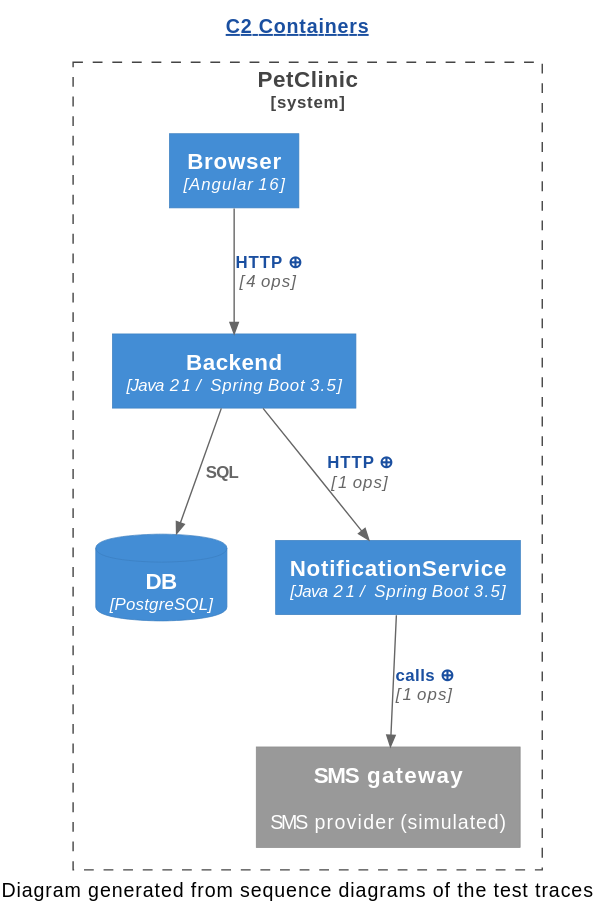
Above: demo/demo/assets/c2/C2-Containers.old.svg in Winandvdb/human-review (PlantUML), before the change.
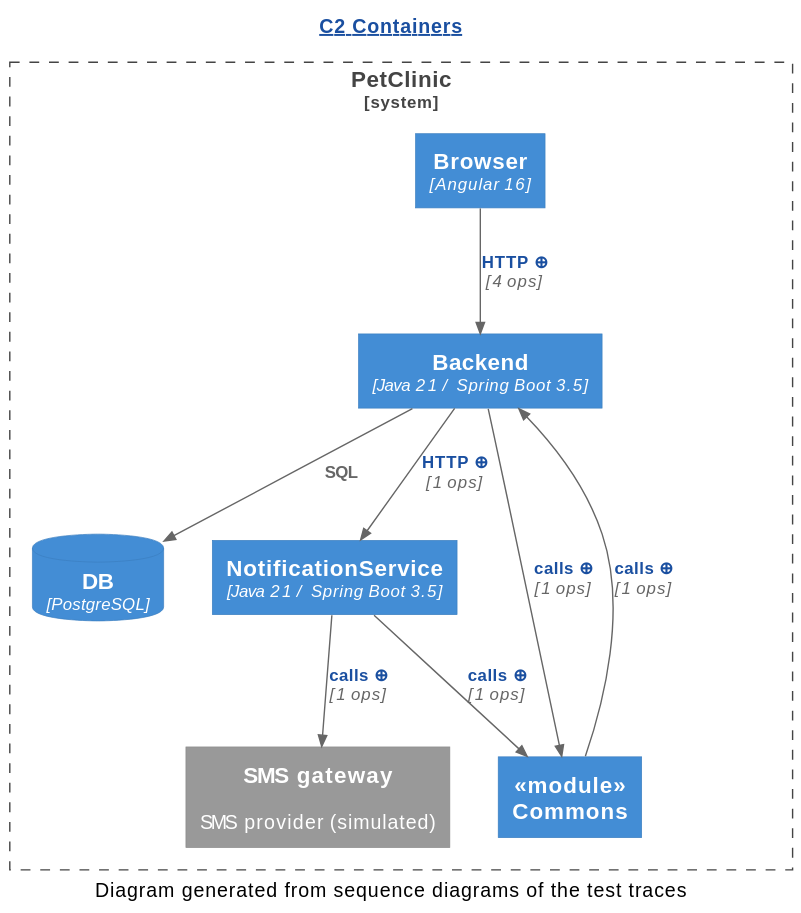
The same file after the commit.

Diff of the diagram source:
```diff
@@ -10,10 +10,14 @@
   ContainerDb(DB, "DB", "PostgreSQL", "")
   Container(NotificationService, "NotificationService", "Java 21 / Spring Boot 3.5", "")
   System_Ext(SMS_gateway, "SMS gateway", "SMS provider (simulated)", "")
+  Container(_module__nCommons, "«module»\nCommons", "", "")
 }
 Rel(Backend, DB, "SQL", "")
 Rel(Backend, NotificationService, "[[genseq://c2-279a196c9d{Click for the calls behind this line} HTTP ⊕]]", "1 ops")
+Rel(Backend, _module__nCommons, "[[genseq://c2-103d57f8db{Click for the calls behind this line} calls ⊕]]", "1 ops")
 Rel(Browser, Backend, "[[genseq://c2-43d2943456{Click for the calls behind this line} HTTP ⊕]]", "4 ops")
 Rel(NotificationService, SMS_gateway, "[[genseq://c2-cb01a30b7a{Click for the calls behind this line} calls ⊕]]", "1 ops")
+Rel(NotificationService, _module__nCommons, "[[genseq://c2-e128eb6ba0{Click for the calls behind this line} calls ⊕]]", "1 ops")
+Rel(_module__nCommons, Backend, "[[genseq://c2-cd32149db2{Click for the calls behind this line} calls ⊕]]", "1 ops")
 caption Diagram generated from sequence diagrams of the test traces
 @enduml
```
